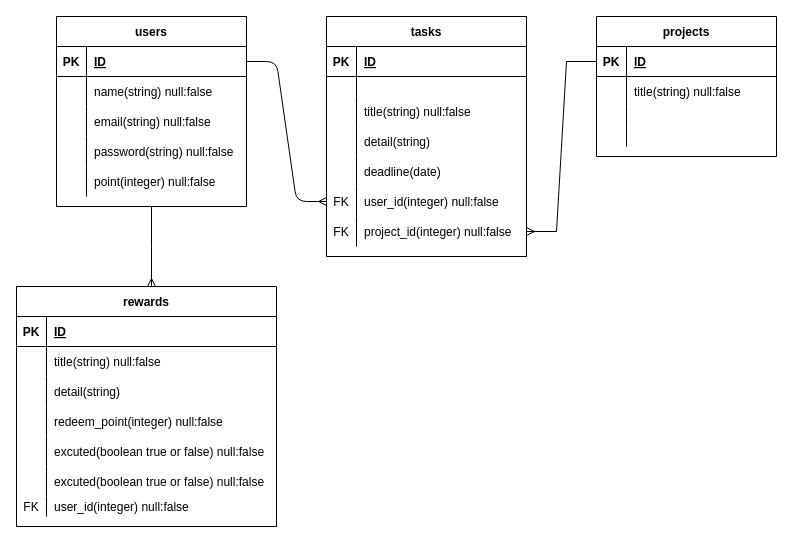
This is test.dio from nicoiris/task-reward, a draw.io file, before an edit. Source tidied: cells renumbered, new cells numbered last; positions are measured from the earlier drawing's top-left corner, leaving out a move shared by most shapes. Both pictures are drawn from the tidied source at 100%, with x=0, y=0 at pixel (16, 16).
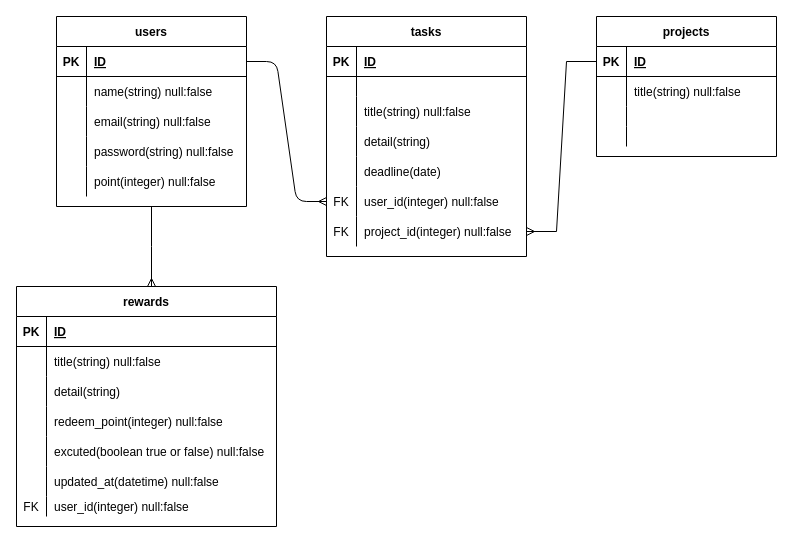
After the change.

Unchanged cells that the change refers to:
```xml
<mxCell id="57" style="shape=partialRectangle;fillColor=none;top=0;left=0;bottom=0;right=0;" parent="41" vertex="1">
  <mxGeometry y="180" width="260" height="30" as="geometry" />
</mxCell>
```

Change to the diagram source:
```diff
@@
-    <mxCell id="59" value="excuted(boolean true or false) null:false" style="shape=partialRectangle;fillColor=none;top=0;left=0;bottom=0;right=0;align=left;spacingLeft=6;overflow=hidden;" parent="57" vertex="1">
+    <mxCell id="59" value="updated_at(datetime) null:false" style="shape=partialRectangle;fillColor=none;top=0;left=0;bottom=0;right=0;align=left;spacingLeft=6;overflow=hidden;" parent="57" vertex="1">
       <mxGeometry x="30" width="230" height="30" as="geometry" />
     </mxCell>
```
